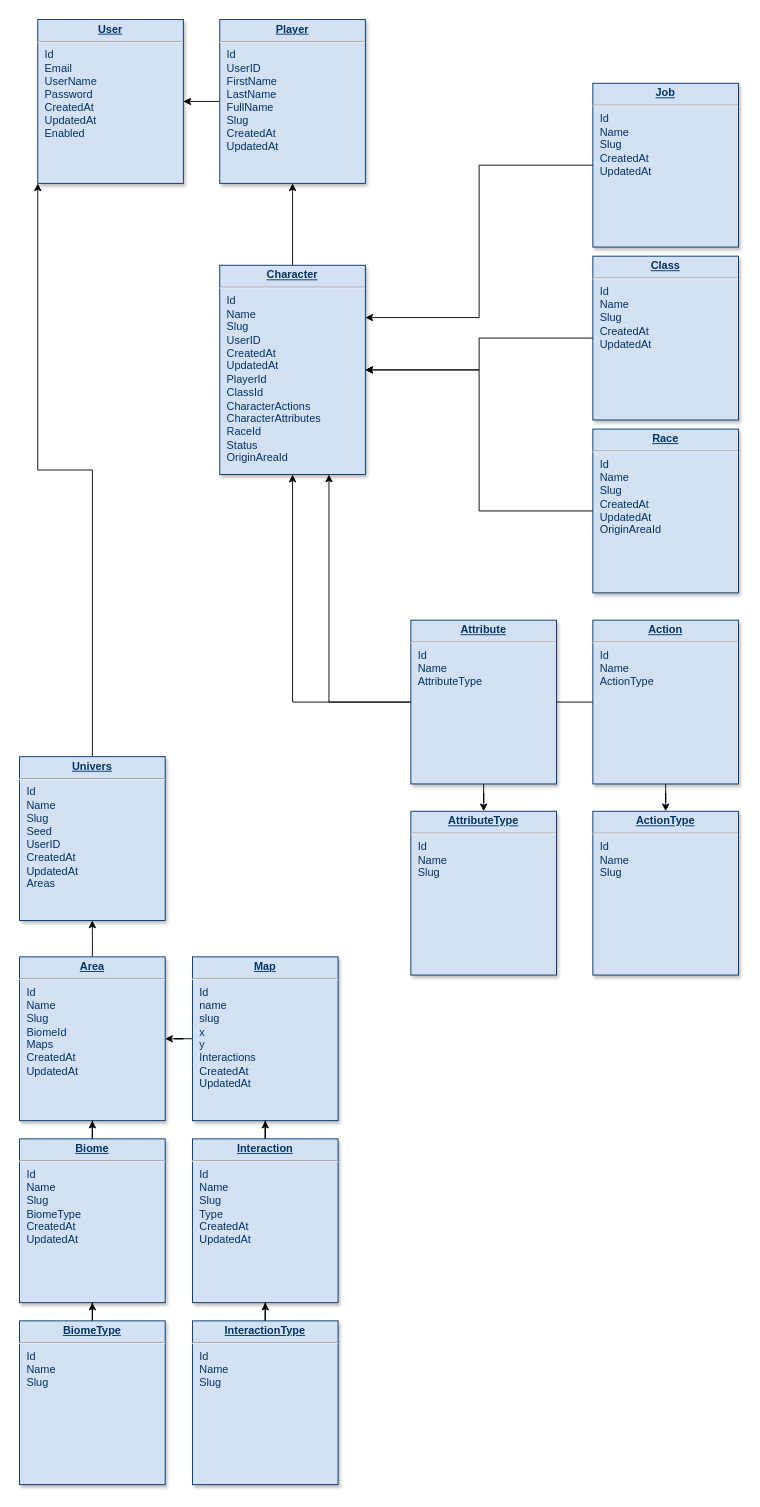
This is Diagramme Quest Creator.drawio from titouanthd/quest_creator, a draw.io file, before an edit. Source tidied: cells renumbered, new cells numbered last; positions are measured from the earlier drawing's top-left corner, leaving out a move shared by most shapes. Both pictures are drawn from the tidied source at 91%, with x=0, y=0 at pixel (19, 19).
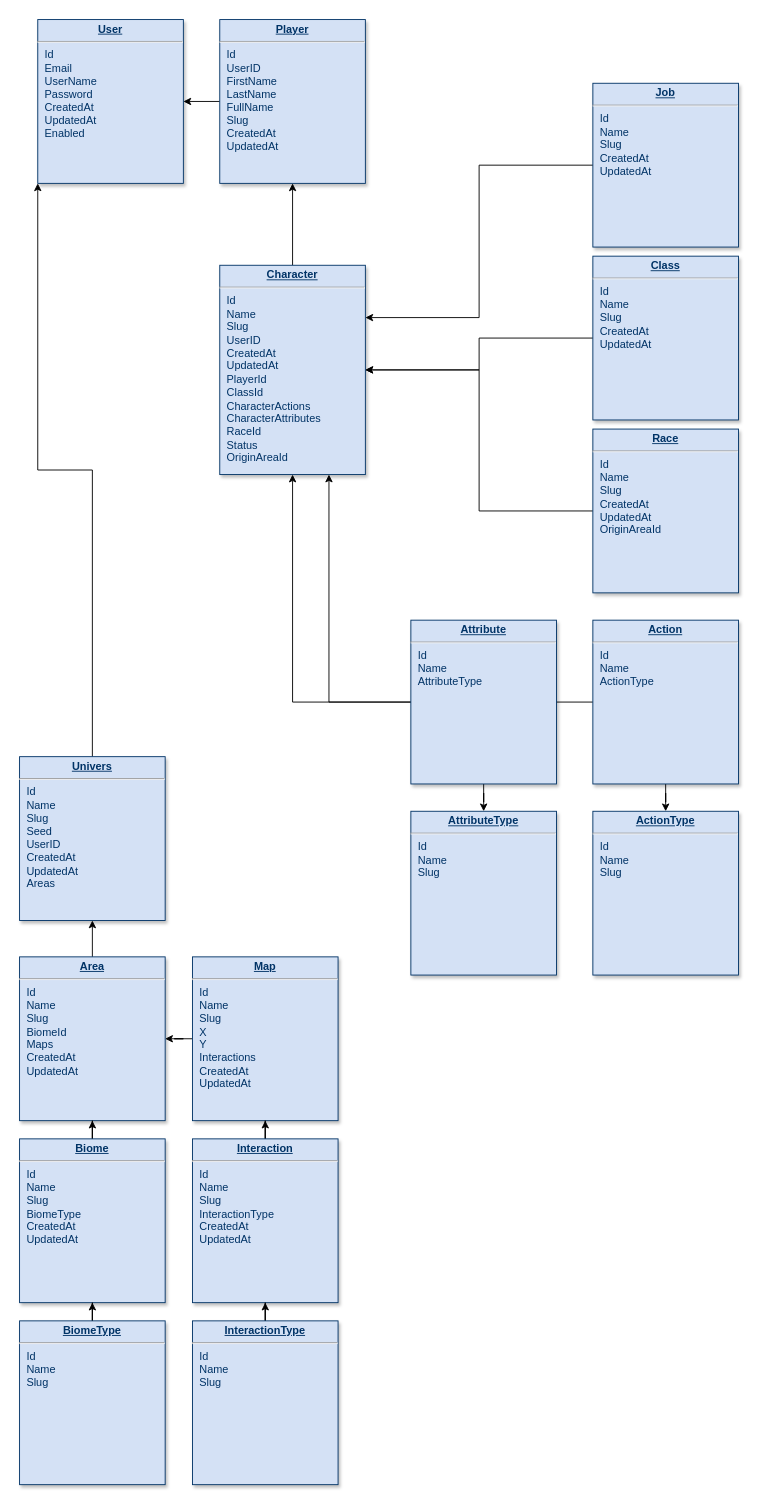
After the change.

Commit message (it also covers changes not shown here):
Mettre à jour Diagramme Quest Creator.drawio

The edit, as a diff of the source:
```diff
@@
-    <mxCell id="26" value="&lt;p style=&quot;margin: 0px; margin-top: 4px; text-align: center; text-decoration: underline;&quot;&gt;&lt;b&gt;Map&lt;/b&gt;&lt;/p&gt;&lt;hr&gt;&lt;p style=&quot;margin: 0px; margin-left: 8px;&quot;&gt;&lt;span style=&quot;background-color: initial;&quot;&gt;Id&lt;/span&gt;&lt;br&gt;&lt;/p&gt;&lt;p style=&quot;margin: 0px; margin-left: 8px;&quot;&gt;&lt;span style=&quot;background-color: initial;&quot;&gt;name&lt;/span&gt;&lt;/p&gt;&lt;p style=&quot;margin: 0px; margin-left: 8px;&quot;&gt;&lt;span style=&quot;background-color: initial;&quot;&gt;slug&lt;/span&gt;&lt;/p&gt;&lt;p style=&quot;margin: 0px; margin-left: 8px;&quot;&gt;&lt;span style=&quot;background-color: initial;&quot;&gt;x&lt;/span&gt;&lt;/p&gt;&lt;p style=&quot;margin: 0px; margin-left: 8px;&quot;&gt;&lt;span style=&quot;background-color: initial;&quot;&gt;y&lt;br&gt;Interactions&lt;/span&gt;&lt;/p&gt;&lt;p style=&quot;margin: 0px; margin-left: 8px;&quot;&gt;CreatedAt&lt;/p&gt;&lt;p style=&quot;margin: 0px; margin-left: 8px;&quot;&gt;UpdatedAt&lt;/p&gt;" style="verticalAlign=top;align=left;overflow=fill;fontSize=12;fontFamily=Helvetica;html=1;strokeColor=#003366;shadow=1;fillColor=#D4E1F5;fontColor=#003366;" parent="1" vertex="1">
+    <mxCell id="26" value="&lt;p style=&quot;margin: 0px; margin-top: 4px; text-align: center; text-decoration: underline;&quot;&gt;&lt;b&gt;Map&lt;/b&gt;&lt;/p&gt;&lt;hr&gt;&lt;p style=&quot;margin: 0px; margin-left: 8px;&quot;&gt;&lt;span style=&quot;background-color: initial;&quot;&gt;Id&lt;/span&gt;&lt;br&gt;&lt;/p&gt;&lt;p style=&quot;margin: 0px; margin-left: 8px;&quot;&gt;&lt;span style=&quot;background-color: initial;&quot;&gt;Name&lt;/span&gt;&lt;/p&gt;&lt;p style=&quot;margin: 0px; margin-left: 8px;&quot;&gt;&lt;span style=&quot;background-color: initial;&quot;&gt;Slug&lt;/span&gt;&lt;/p&gt;&lt;p style=&quot;margin: 0px; margin-left: 8px;&quot;&gt;X&lt;/p&gt;&lt;p style=&quot;margin: 0px; margin-left: 8px;&quot;&gt;&lt;span style=&quot;background-color: initial;&quot;&gt;Y&lt;br&gt;Interactions&lt;/span&gt;&lt;/p&gt;&lt;p style=&quot;margin: 0px; margin-left: 8px;&quot;&gt;CreatedAt&lt;/p&gt;&lt;p style=&quot;margin: 0px; margin-left: 8px;&quot;&gt;UpdatedAt&lt;/p&gt;" style="verticalAlign=top;align=left;overflow=fill;fontSize=12;fontFamily=Helvetica;html=1;strokeColor=#003366;shadow=1;fillColor=#D4E1F5;fontColor=#003366;" parent="1" vertex="1">
       <mxGeometry x="190" y="1030" width="160" height="180" as="geometry" />
     </mxCell>
@@
-    <mxCell id="28" value="&lt;p style=&quot;margin: 0px; margin-top: 4px; text-align: center; text-decoration: underline;&quot;&gt;&lt;b&gt;Interaction&lt;/b&gt;&lt;/p&gt;&lt;hr&gt;&lt;p style=&quot;margin: 0px; margin-left: 8px;&quot;&gt;&lt;span style=&quot;background-color: initial;&quot;&gt;Id&lt;/span&gt;&lt;br&gt;&lt;/p&gt;&lt;p style=&quot;margin: 0px; margin-left: 8px;&quot;&gt;&lt;span style=&quot;background-color: initial;&quot;&gt;Name&lt;/span&gt;&lt;/p&gt;&lt;p style=&quot;margin: 0px; margin-left: 8px;&quot;&gt;&lt;span style=&quot;background-color: initial;&quot;&gt;Slug&lt;/span&gt;&lt;/p&gt;&lt;p style=&quot;margin: 0px; margin-left: 8px;&quot;&gt;&lt;span style=&quot;background-color: initial;&quot;&gt;Type&lt;/span&gt;&lt;/p&gt;&lt;p style=&quot;margin: 0px; margin-left: 8px;&quot;&gt;CreatedAt&lt;/p&gt;&lt;p style=&quot;margin: 0px; margin-left: 8px;&quot;&gt;UpdatedAt&lt;/p&gt;" style="verticalAlign=top;align=left;overflow=fill;fontSize=12;fontFamily=Helvetica;html=1;strokeColor=#003366;shadow=1;fillColor=#D4E1F5;fontColor=#003366;" parent="1" vertex="1">
+    <mxCell id="28" value="&lt;p style=&quot;margin: 0px; margin-top: 4px; text-align: center; text-decoration: underline;&quot;&gt;&lt;b&gt;Interaction&lt;/b&gt;&lt;/p&gt;&lt;hr&gt;&lt;p style=&quot;margin: 0px; margin-left: 8px;&quot;&gt;&lt;span style=&quot;background-color: initial;&quot;&gt;Id&lt;/span&gt;&lt;br&gt;&lt;/p&gt;&lt;p style=&quot;margin: 0px; margin-left: 8px;&quot;&gt;&lt;span style=&quot;background-color: initial;&quot;&gt;Name&lt;/span&gt;&lt;/p&gt;&lt;p style=&quot;margin: 0px; margin-left: 8px;&quot;&gt;&lt;span style=&quot;background-color: initial;&quot;&gt;Slug&lt;/span&gt;&lt;/p&gt;&lt;p style=&quot;margin: 0px; margin-left: 8px;&quot;&gt;&lt;span style=&quot;background-color: initial;&quot;&gt;InteractionType&lt;/span&gt;&lt;/p&gt;&lt;p style=&quot;margin: 0px; margin-left: 8px;&quot;&gt;CreatedAt&lt;/p&gt;&lt;p style=&quot;margin: 0px; margin-left: 8px;&quot;&gt;UpdatedAt&lt;/p&gt;" style="verticalAlign=top;align=left;overflow=fill;fontSize=12;fontFamily=Helvetica;html=1;strokeColor=#003366;shadow=1;fillColor=#D4E1F5;fontColor=#003366;" parent="1" vertex="1">
       <mxGeometry x="190" y="1230" width="160" height="180" as="geometry" />
     </mxCell>
```
